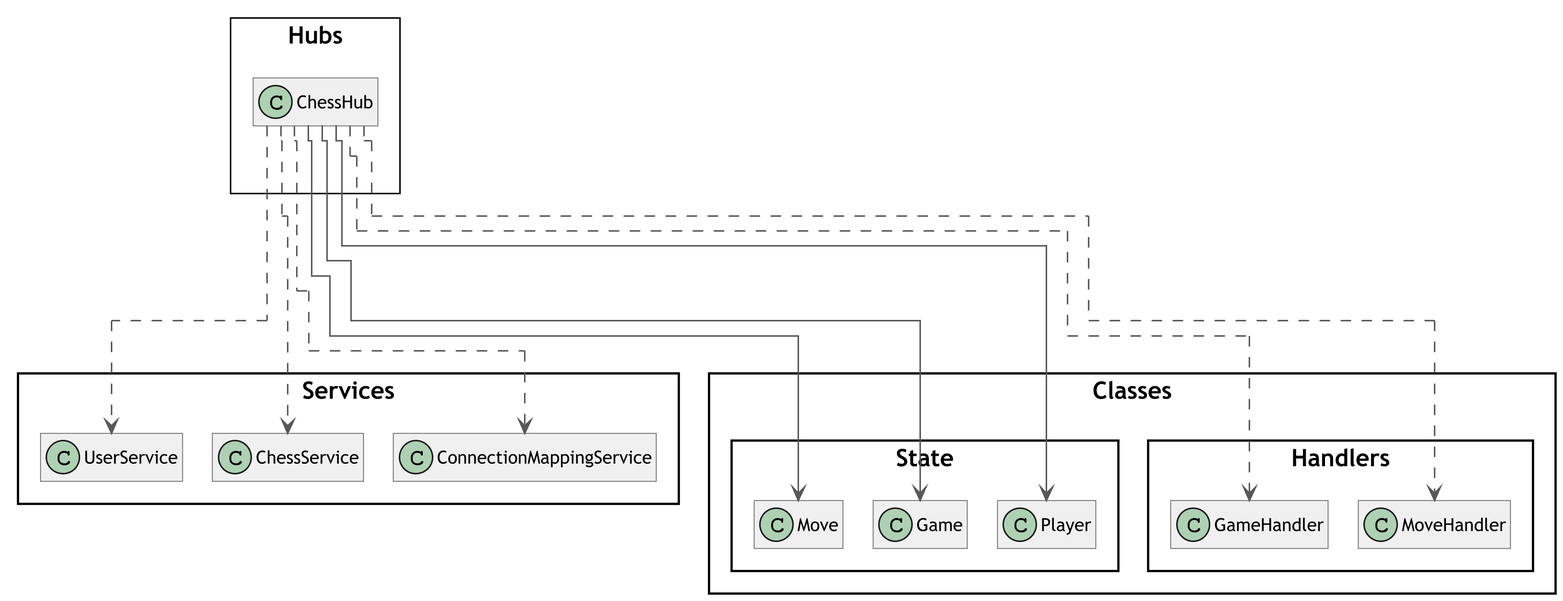
Above: NEA-Final/Writeup/Design/Class Diagrams/Backend/Hubs.png in connormcharg/school-work (PlantUML), before the change. The source it was exported from:
```plantuml
@startuml Hubs
skinparam classAttributeIconSize 0
skinparam classFontSize 16
skinparam classFontName Trebuchet MS
skinparam classBackgroundColor #F0F0F0
skinparam classBorderColor #585858
skinparam classArrowColor #585858
skinparam wrapWidth 400
skinparam RoundCorner 0
skinparam DefaultFontName Trebuchet MS
skinparam DefaultFontSize 16
skinparam ClassFontSize 16
skinparam TitleFontSize 20
skinparam ClassAttributeFontSize 12
skinparam ClassStereotypeFontSize 10
skinparam ArrowFontSize 10
skinparam Dpi 300
skinparam svgAntiAlias true
skinparam Linetype ortho
skinparam Nodesep 50
skinparam ranksep 75
skinparam groupInheritance 2
skinparam packageStyle Rectangle
!pragma layout elk

left to right direction

package Hubs <<Rectangle>> {
    class ChessHub
}

ChessHub ..> Services.ChessService
ChessHub ..> Services.ConnectionMappingService
ChessHub ..> Services.UserService
ChessHub --> Classes.State.Game
ChessHub --> Classes.State.Player
ChessHub --> Classes.State.Move
ChessHub ..> Classes.Handlers.GameHandler
ChessHub ..> Classes.Handlers.MoveHandler

hide members
@enduml
```
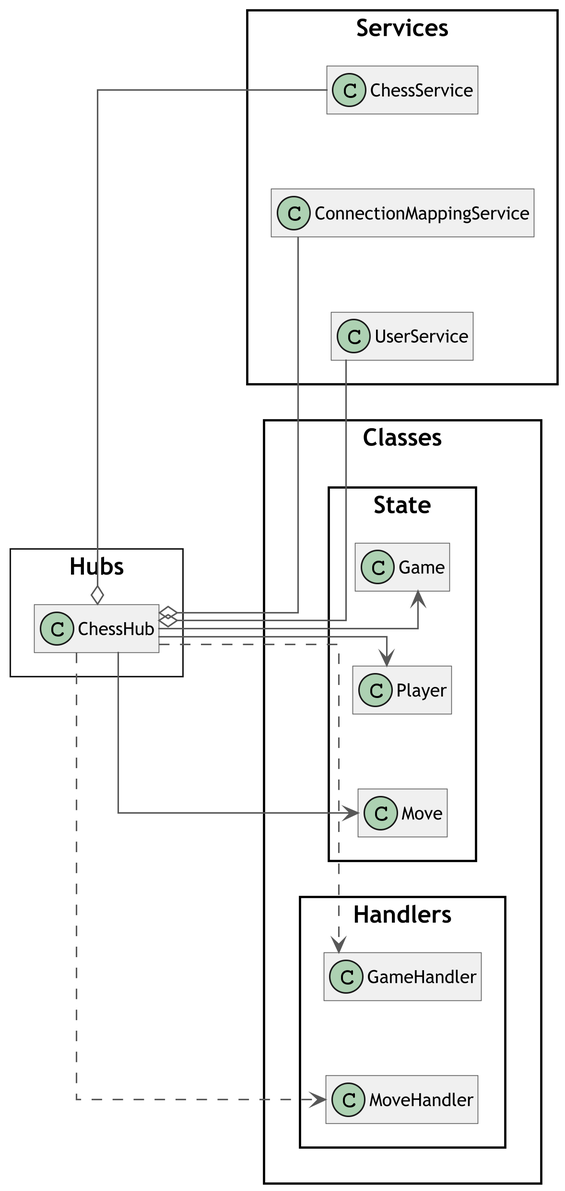
Later version of the same file.

What changed in the source:
```diff
@@ -21,7 +21,6 @@
 skinparam ranksep 75
 skinparam groupInheritance 2
 skinparam packageStyle Rectangle
-!pragma layout elk
 
 left to right direction
 
@@ -29,9 +28,9 @@
     class ChessHub
 }
 
-ChessHub ..> Services.ChessService
-ChessHub ..> Services.ConnectionMappingService
-ChessHub ..> Services.UserService
+ChessHub o-- Services.ChessService
+ChessHub o-- Services.ConnectionMappingService
+ChessHub o-- Services.UserService
 ChessHub --> Classes.State.Game
 ChessHub --> Classes.State.Player
 ChessHub --> Classes.State.Move
```
